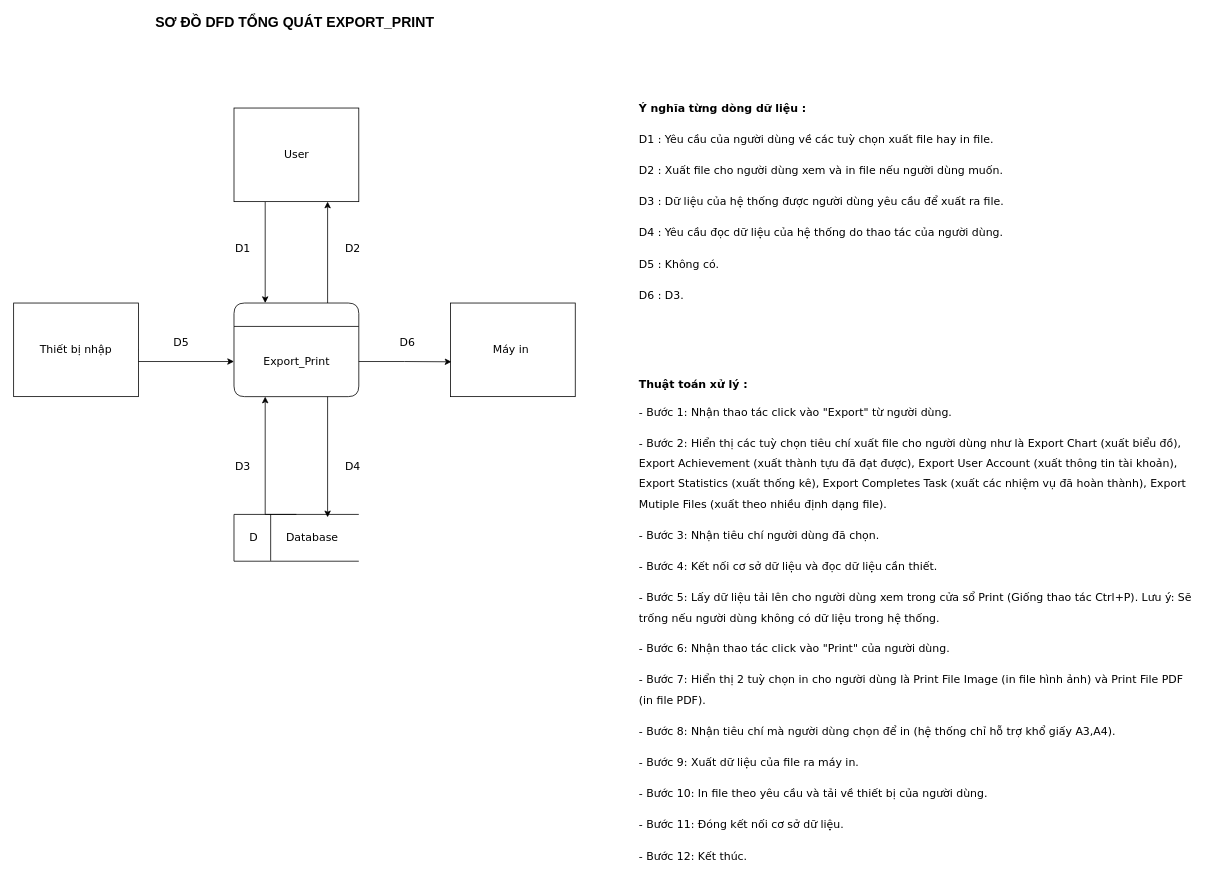
Merevoli-DatLuu/To-Do-App keeps this draw.io diagram as ToDoApp-Doc/Document/Diagram/General Diagram/Export_Print/Export_Print.drawio. Above is the earlier version. Source tidied: cells renumbered, new cells numbered last; positions are measured from the earlier drawing's top-left corner, leaving out a move shared by most shapes. Both pictures are drawn from the tidied source at 78%, with x=0, y=0 at pixel (13, 14).
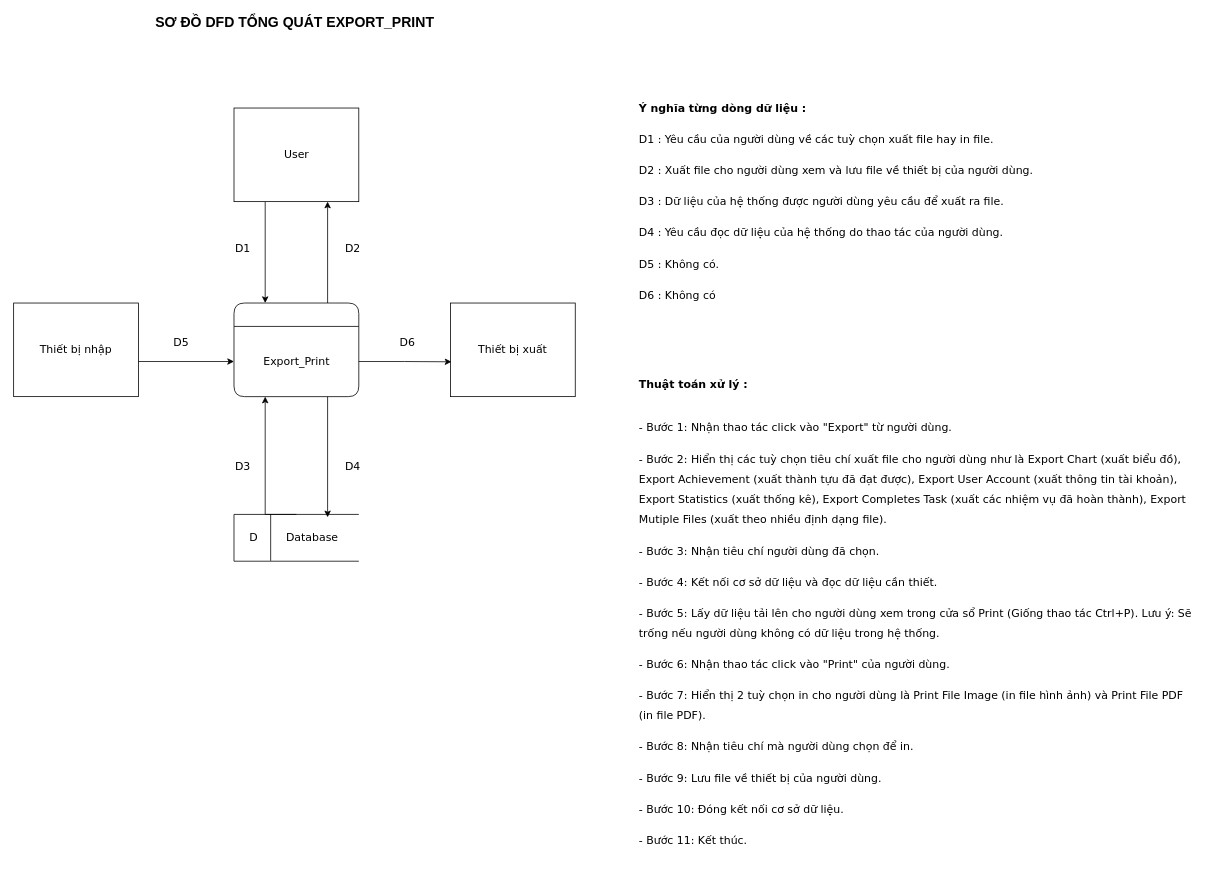
The same diagram, later.

Commit message (it also covers changes not shown here):
[Modified]: Export_Print General Diagram

Diff of the diagram source:
```diff
@@
-    <mxCell id="18" value="Máy in&amp;nbsp;" style="rounded=0;whiteSpace=wrap;html=1;fontFamily=Verdana;fontSize=14;" parent="1" vertex="1">
+    <mxCell id="18" value="Thiết bị xuất" style="rounded=0;whiteSpace=wrap;html=1;fontFamily=Verdana;fontSize=14;" parent="1" vertex="1">
       <mxGeometry x="560" y="370" width="160" height="120" as="geometry" />
     </mxCell>
@@
-    <mxCell id="27" value="D2 : Xuất file cho người dùng xem và in file nếu người dùng muốn." style="text;html=1;strokeColor=none;fillColor=none;align=left;verticalAlign=middle;whiteSpace=wrap;rounded=0;fontFamily=Verdana;fontSize=14;" parent="1" vertex="1">
-      <mxGeometry x="800" y="180" width="480" height="40" as="geometry" />
+    <mxCell id="27" value="D2 : Xuất file cho người dùng xem và lưu file về thiết bị của người dùng." style="text;html=1;strokeColor=none;fillColor=none;align=left;verticalAlign=middle;whiteSpace=wrap;rounded=0;fontFamily=Verdana;fontSize=14;" parent="1" vertex="1">
+      <mxGeometry x="800" y="180" width="530" height="40" as="geometry" />
     </mxCell>
@@
-    <mxCell id="31" value="D6 : D3." style="text;html=1;strokeColor=none;fillColor=none;align=left;verticalAlign=middle;whiteSpace=wrap;rounded=0;fontFamily=Verdana;fontSize=14;" parent="1" vertex="1">
-      <mxGeometry x="800" y="340" width="100" height="40" as="geometry" />
+    <mxCell id="31" value="D6 : Không có" style="text;html=1;strokeColor=none;fillColor=none;align=left;verticalAlign=middle;whiteSpace=wrap;rounded=0;fontFamily=Verdana;fontSize=14;" parent="1" vertex="1">
+      <mxGeometry x="800" y="340" width="110" height="40" as="geometry" />
     </mxCell>
@@
-    <mxCell id="33" value="&lt;p style=&quot;line-height: 185%&quot;&gt;- Bước 1: Nhận thao tác click vào &quot;Export&quot; từ người dùng.&lt;/p&gt;&lt;p style=&quot;line-height: 185%&quot;&gt;- Bước 2: Hiển thị các tuỳ chọn tiêu chí xuất file cho người dùng như là Export Chart (xuất biểu đồ), Export Achievement (xuất thành tựu đã đạt được), Export User Account (xuất thông tin tài khoản), Export Statistics (xuất thống kê), Export Completes Task (xuất các nhiệm vụ đã hoàn thành), Export Mutiple Files (xuất theo nhiều định dạng file).&lt;/p&gt;&lt;p style=&quot;line-height: 185%&quot;&gt;- Bước 3: Nhận tiêu chí người dùng&amp;nbsp;đã chọn.&lt;/p&gt;&lt;p style=&quot;line-height: 185%&quot;&gt;- Bước 4: Kết nối cơ sở dữ liệu và đọc dữ liệu cần thiết.&lt;/p&gt;&lt;p style=&quot;line-height: 185%&quot;&gt;- Bước 5: Lấy dữ liệu tải lên cho người dùng xem trong cửa sổ Print (Giống thao tác Ctrl+P). Lưu&amp;nbsp;ý: Sẽ trống nếu người dùng không có dữ liệu trong hệ thống.&amp;nbsp;&lt;/p&gt;&lt;p style=&quot;line-height: 185%&quot;&gt;- Bước 6: Nhận thao tác click vào &quot;Print&quot; của người dùng.&lt;/p&gt;&lt;p style=&quot;line-height: 185%&quot;&gt;- Bước 7: Hiển thị 2 tuỳ chọn in cho người dùng là Print File Image (in file hình ảnh) và Print File PDF (in file PDF).&lt;/p&gt;&lt;p style=&quot;line-height: 185%&quot;&gt;- Bước 8: Nhận tiêu chí mà người dùng chọn&amp;nbsp;để in (hệ thống chỉ hỗ trợ khổ giấy A3,A4).&lt;/p&gt;&lt;p style=&quot;line-height: 185%&quot;&gt;- Bước 9: Xuất dữ liệu của file ra máy in.&lt;/p&gt;&lt;p style=&quot;line-height: 185%&quot;&gt;- Bước 10: In file theo yêu cầu và tải về thiết bị của người dùng.&amp;nbsp;&lt;br&gt;&lt;/p&gt;&lt;p style=&quot;line-height: 185%&quot;&gt;- Bước 11:&amp;nbsp;Đóng kết nối cơ sở dữ liệu.&lt;/p&gt;&lt;p style=&quot;line-height: 185%&quot;&gt;- Bước 12: Kết thúc.&lt;/p&gt;" style="text;html=1;strokeColor=none;fillColor=none;align=left;verticalAlign=middle;whiteSpace=wrap;rounded=0;fontFamily=Verdana;fontSize=14;" parent="1" vertex="1">
+    <mxCell id="33" value="&lt;p style=&quot;line-height: 185%&quot;&gt;- Bước 1: Nhận thao tác click vào &quot;Export&quot; từ người dùng.&lt;/p&gt;&lt;p style=&quot;line-height: 185%&quot;&gt;- Bước 2: Hiển thị các tuỳ chọn tiêu chí xuất file cho người dùng như là Export Chart (xuất biểu đồ), Export Achievement (xuất thành tựu đã đạt được), Export User Account (xuất thông tin tài khoản), Export Statistics (xuất thống kê), Export Completes Task (xuất các nhiệm vụ đã hoàn thành), Export Mutiple Files (xuất theo nhiều định dạng file).&lt;/p&gt;&lt;p style=&quot;line-height: 185%&quot;&gt;- Bước 3: Nhận tiêu chí người dùng&amp;nbsp;đã chọn.&lt;/p&gt;&lt;p style=&quot;line-height: 185%&quot;&gt;- Bước 4: Kết nối cơ sở dữ liệu và đọc dữ liệu cần thiết.&lt;/p&gt;&lt;p style=&quot;line-height: 185%&quot;&gt;- Bước 5: Lấy dữ liệu tải lên cho người dùng xem trong cửa sổ Print (Giống thao tác Ctrl+P). Lưu&amp;nbsp;ý: Sẽ trống nếu người dùng không có dữ liệu trong hệ thống.&amp;nbsp;&lt;/p&gt;&lt;p style=&quot;line-height: 185%&quot;&gt;- Bước 6: Nhận thao tác click vào &quot;Print&quot; của người dùng.&lt;/p&gt;&lt;p style=&quot;line-height: 185%&quot;&gt;- Bước 7: Hiển thị 2 tuỳ chọn in cho người dùng là Print File Image (in file hình ảnh) và Print File PDF (in file PDF).&lt;/p&gt;&lt;p style=&quot;line-height: 185%&quot;&gt;- Bước 8: Nhận tiêu chí mà người dùng chọn&amp;nbsp;để in.&lt;/p&gt;&lt;p style=&quot;line-height: 185%&quot;&gt;- Bước 9: Lưu file về thiết bị của người dùng.&amp;nbsp;&lt;br&gt;&lt;/p&gt;&lt;p style=&quot;line-height: 185%&quot;&gt;- Bước 10:&amp;nbsp;Đóng kết nối cơ sở dữ liệu.&lt;/p&gt;&lt;p style=&quot;line-height: 185%&quot;&gt;- Bước 11: Kết thúc.&lt;/p&gt;" style="text;html=1;strokeColor=none;fillColor=none;align=left;verticalAlign=middle;whiteSpace=wrap;rounded=0;fontFamily=Verdana;fontSize=14;" parent="1" vertex="1">
       <mxGeometry x="800" y="490" width="720" height="610" as="geometry" />
     </mxCell>
```
